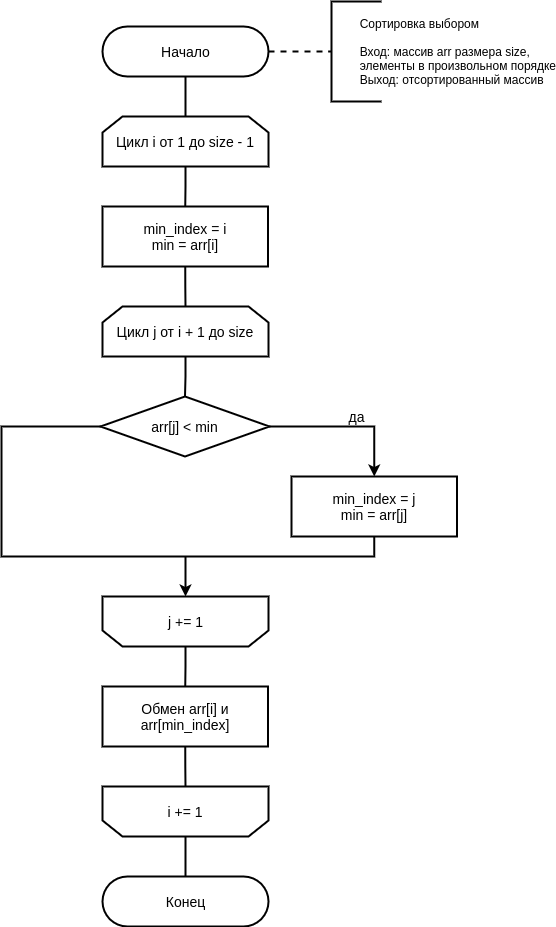
Before: lab_03/doc/tex/img/selection_sort.png, a diagram exported from draw.io (hamzreg/bmstu-aa). Source tidied: cells renumbered, new cells last; positions are measured from the earlier drawing's top-left corner, leaving out a move shared by most shapes. Its diagram source:
```xml
<mxGraphModel>
  <root>
    <mxCell id="0" />
    <mxCell id="1" parent="0" />
    <mxCell id="2" style="edgeStyle=orthogonalEdgeStyle;rounded=0;jettySize=auto;html=1;exitX=0.5;exitY=0.5;exitDx=0;exitDy=25;exitPerimeter=0;entryX=0.5;entryY=0;entryDx=0;entryDy=0;endArrow=none;endFill=0;strokeWidth=2;" parent="1" edge="1" source="4" target="6">
      <mxGeometry relative="1" as="geometry" />
    </mxCell>
    <mxCell id="3" style="edgeStyle=orthogonalEdgeStyle;rounded=0;jettySize=auto;html=1;exitX=1;exitY=0.5;exitDx=0;exitDy=0;exitPerimeter=0;entryX=0;entryY=0.5;entryDx=0;entryDy=0;entryPerimeter=0;endArrow=none;endFill=0;strokeWidth=2;dashed=1;" parent="1" edge="1" source="4" target="26">
      <mxGeometry relative="1" as="geometry" />
    </mxCell>
    <mxCell id="4" value="&lt;font style=&quot;font-size: 14px&quot;&gt;Начало&lt;/font&gt;" style="html=1;dashed=0;whitespace=wrap;shape=mxgraph.dfd.start;strokeWidth=2;" parent="1" vertex="1">
      <mxGeometry x="101" y="25" width="166" height="50" as="geometry" />
    </mxCell>
    <mxCell id="5" style="edgeStyle=orthogonalEdgeStyle;rounded=0;jettySize=auto;html=1;exitX=0.5;exitY=1;exitDx=0;exitDy=0;entryX=0.5;entryY=0;entryDx=0;entryDy=0;endArrow=none;endFill=0;strokeWidth=2;" parent="1" edge="1" source="6" target="9">
      <mxGeometry relative="1" as="geometry" />
    </mxCell>
    <mxCell id="6" value="&lt;font style=&quot;font-size: 14px&quot;&gt;Цикл i от 1 до size - 1&lt;/font&gt;" style="shape=loopLimit;whiteSpace=wrap;html=1;strokeWidth=2;" parent="1" vertex="1">
      <mxGeometry x="101" y="115" width="166" height="50" as="geometry" />
    </mxCell>
    <mxCell id="7" style="edgeStyle=orthogonalEdgeStyle;rounded=0;orthogonalLoop=1;jettySize=auto;html=1;exitX=0.5;exitY=1;exitDx=0;exitDy=0;" parent="1" edge="1" source="6" target="6">
      <mxGeometry relative="1" as="geometry" />
    </mxCell>
    <mxCell id="8" style="edgeStyle=orthogonalEdgeStyle;rounded=0;jettySize=auto;html=1;exitX=0.5;exitY=1;exitDx=0;exitDy=0;entryX=0.5;entryY=0;entryDx=0;entryDy=0;endArrow=none;endFill=0;strokeWidth=2;" parent="1" edge="1" source="9" target="13">
      <mxGeometry relative="1" as="geometry" />
    </mxCell>
    <mxCell id="9" value="&lt;font style=&quot;font-size: 14px&quot;&gt;min_index = i&lt;br&gt;min = arr[i]&lt;br&gt;&lt;/font&gt;" style="rounded=0;whiteSpace=wrap;html=1;strokeWidth=2;" parent="1" vertex="1">
      <mxGeometry x="101" y="205" width="165.5" height="60" as="geometry" />
    </mxCell>
    <mxCell id="10" style="edgeStyle=orthogonalEdgeStyle;rounded=0;jettySize=auto;html=1;exitX=1;exitY=0.5;exitDx=0;exitDy=0;entryX=0.5;entryY=0;entryDx=0;entryDy=0;endArrow=classic;endFill=1;strokeWidth=2;" parent="1" edge="1" source="11" target="15">
      <mxGeometry relative="1" as="geometry" />
    </mxCell>
    <mxCell id="11" value="&lt;font style=&quot;font-size: 14px&quot;&gt;arr[j] &amp;lt; min&lt;/font&gt;" style="rhombus;whiteSpace=wrap;html=1;strokeWidth=2;" parent="1" vertex="1">
      <mxGeometry x="99" y="395" width="169" height="60" as="geometry" />
    </mxCell>
    <mxCell id="12" style="edgeStyle=orthogonalEdgeStyle;rounded=0;jettySize=auto;html=1;exitX=0.5;exitY=1;exitDx=0;exitDy=0;entryX=0.5;entryY=0;entryDx=0;entryDy=0;endArrow=none;endFill=0;strokeWidth=2;" parent="1" edge="1" source="13" target="11">
      <mxGeometry relative="1" as="geometry" />
    </mxCell>
    <mxCell id="13" value="&lt;font style=&quot;font-size: 14px&quot;&gt;Цикл j от i + 1 до size&lt;/font&gt;" style="shape=loopLimit;whiteSpace=wrap;html=1;strokeWidth=2;" parent="1" vertex="1">
      <mxGeometry x="101" y="305" width="166" height="50" as="geometry" />
    </mxCell>
    <mxCell id="14" style="edgeStyle=orthogonalEdgeStyle;rounded=0;jettySize=auto;html=1;exitX=0.5;exitY=1;exitDx=0;exitDy=0;entryX=0;entryY=0.5;entryDx=0;entryDy=0;endArrow=none;endFill=0;strokeWidth=2;" parent="1" edge="1" source="15" target="11">
      <mxGeometry relative="1" as="geometry">
        <Array as="points">
          <mxPoint x="373" y="555" />
          <mxPoint y="555" />
          <mxPoint y="425" />
        </Array>
      </mxGeometry>
    </mxCell>
    <mxCell id="15" value="&lt;font style=&quot;font-size: 14px&quot;&gt;min_index = j&lt;br&gt;min = arr[j]&lt;br&gt;&lt;/font&gt;" style="rounded=0;whiteSpace=wrap;html=1;strokeWidth=2;" parent="1" vertex="1">
      <mxGeometry x="290" y="475" width="165.5" height="60" as="geometry" />
    </mxCell>
    <mxCell id="16" style="edgeStyle=orthogonalEdgeStyle;rounded=0;jettySize=auto;html=1;exitX=0.5;exitY=1;exitDx=0;exitDy=0;endArrow=classic;endFill=1;strokeWidth=2;entryX=0.5;entryY=1;entryDx=0;entryDy=0;" parent="1" edge="1" target="18">
      <mxGeometry relative="1" as="geometry">
        <mxPoint x="184" y="555" as="sourcePoint" />
      </mxGeometry>
    </mxCell>
    <mxCell id="17" style="edgeStyle=orthogonalEdgeStyle;rounded=0;jettySize=auto;html=1;exitX=0.5;exitY=0;exitDx=0;exitDy=0;entryX=0.5;entryY=0;entryDx=0;entryDy=0;endArrow=none;endFill=0;strokeWidth=2;" parent="1" edge="1" source="18" target="21">
      <mxGeometry relative="1" as="geometry" />
    </mxCell>
    <mxCell id="18" style="shape=loopLimit;whiteSpace=wrap;html=1;strokeWidth=2;direction=west;" parent="1" vertex="1">
      <mxGeometry x="101" y="595" width="166" height="50" as="geometry" />
    </mxCell>
    <mxCell id="19" value="&lt;font style=&quot;font-size: 14px&quot;&gt;j += 1&lt;/font&gt;" style="text;html=1;align=center;verticalAlign=middle;strokeColor=none;" parent="1" vertex="1">
      <mxGeometry x="159" y="610" width="50" height="20" as="geometry" />
    </mxCell>
    <mxCell id="20" style="edgeStyle=orthogonalEdgeStyle;rounded=0;jettySize=auto;html=1;exitX=0.5;exitY=1;exitDx=0;exitDy=0;entryX=0.5;entryY=1;entryDx=0;entryDy=0;endArrow=none;endFill=0;strokeWidth=2;" parent="1" edge="1" source="21" target="23">
      <mxGeometry relative="1" as="geometry" />
    </mxCell>
    <mxCell id="21" value="&lt;font style=&quot;font-size: 14px&quot;&gt;&lt;span&gt;Обмен arr[i] и arr[min_index]&lt;/span&gt;&lt;br&gt;&lt;/font&gt;" style="rounded=0;whiteSpace=wrap;html=1;strokeWidth=2;" parent="1" vertex="1">
      <mxGeometry x="101" y="685" width="165.5" height="60" as="geometry" />
    </mxCell>
    <mxCell id="22" style="edgeStyle=orthogonalEdgeStyle;rounded=0;jettySize=auto;html=1;exitX=0.5;exitY=0;exitDx=0;exitDy=0;entryX=0.5;entryY=0.5;entryDx=0;entryDy=-25;entryPerimeter=0;endArrow=none;endFill=0;strokeWidth=2;" parent="1" edge="1" source="23" target="24">
      <mxGeometry relative="1" as="geometry" />
    </mxCell>
    <mxCell id="23" value="&lt;font style=&quot;font-size: 14px&quot;&gt;i += 1&lt;/font&gt;" style="shape=loopLimit;whiteSpace=wrap;html=1;strokeWidth=2;direction=west;" parent="1" vertex="1">
      <mxGeometry x="101" y="785" width="166" height="50" as="geometry" />
    </mxCell>
    <mxCell id="24" value="&lt;font style=&quot;font-size: 14px&quot;&gt;Конец&lt;/font&gt;" style="html=1;dashed=0;whitespace=wrap;shape=mxgraph.dfd.start;strokeWidth=2;" parent="1" vertex="1">
      <mxGeometry x="101" y="875" width="166" height="50" as="geometry" />
    </mxCell>
    <mxCell id="25" value="&lt;font style=&quot;font-size: 14px&quot;&gt;да&lt;/font&gt;" style="text;html=1;align=center;verticalAlign=middle;strokeColor=none;" parent="1" vertex="1">
      <mxGeometry x="340" y="405" width="30" height="20" as="geometry" />
    </mxCell>
    <mxCell id="26" value="&lt;div&gt;&lt;span&gt;&lt;span style=&quot;white-space: pre&quot;&gt;&#9;&lt;/span&gt;Сортировка выбором&lt;/span&gt;&lt;/div&gt;&lt;div&gt;&lt;span&gt;&lt;br&gt;&lt;/span&gt;&lt;/div&gt;&lt;span style=&quot;white-space: pre&quot;&gt;&#9;&lt;/span&gt;Вход: массив arr размера size,&lt;br&gt;&amp;nbsp;&lt;span style=&quot;white-space: pre&quot;&gt;&#9;&lt;/span&gt;элементы в произвольном порядке&lt;br&gt;&lt;span style=&quot;white-space: pre&quot;&gt;&#9;&lt;/span&gt;Выход: отсортированный массив" style="strokeWidth=2;html=1;shape=mxgraph.flowchart.annotation_1;align=left;" parent="1" vertex="1">
      <mxGeometry x="330" width="50" height="100" as="geometry" />
    </mxCell>
  </root>
</mxGraphModel>
```
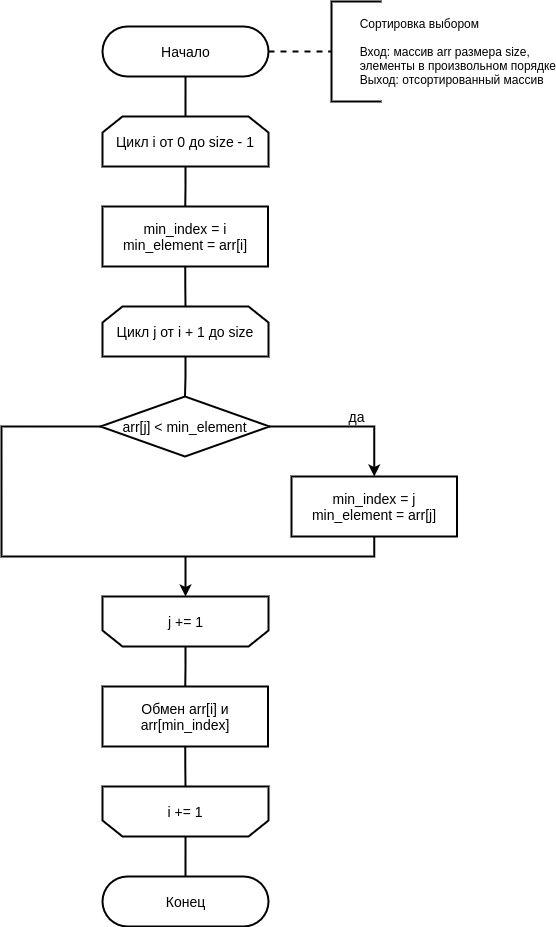
Later version of the same file.

What changed in the source:
```diff
@@ -14,7 +14,7 @@
     <mxCell id="5" style="edgeStyle=orthogonalEdgeStyle;rounded=0;jettySize=auto;html=1;exitX=0.5;exitY=1;exitDx=0;exitDy=0;entryX=0.5;entryY=0;entryDx=0;entryDy=0;endArrow=none;endFill=0;strokeWidth=2;" parent="1" edge="1" source="6" target="9">
       <mxGeometry relative="1" as="geometry" />
     </mxCell>
-    <mxCell id="6" value="&lt;font style=&quot;font-size: 14px&quot;&gt;Цикл i от 1 до size - 1&lt;/font&gt;" style="shape=loopLimit;whiteSpace=wrap;html=1;strokeWidth=2;" parent="1" vertex="1">
+    <mxCell id="6" value="&lt;font style=&quot;font-size: 14px&quot;&gt;Цикл i от 0 до size - 1&lt;/font&gt;" style="shape=loopLimit;whiteSpace=wrap;html=1;strokeWidth=2;" parent="1" vertex="1">
       <mxGeometry x="101" y="115" width="166" height="50" as="geometry" />
     </mxCell>
     <mxCell id="7" style="edgeStyle=orthogonalEdgeStyle;rounded=0;orthogonalLoop=1;jettySize=auto;html=1;exitX=0.5;exitY=1;exitDx=0;exitDy=0;" parent="1" edge="1" source="6" target="6">
@@ -23,13 +23,13 @@
     <mxCell id="8" style="edgeStyle=orthogonalEdgeStyle;rounded=0;jettySize=auto;html=1;exitX=0.5;exitY=1;exitDx=0;exitDy=0;entryX=0.5;entryY=0;entryDx=0;entryDy=0;endArrow=none;endFill=0;strokeWidth=2;" parent="1" edge="1" source="9" target="13">
       <mxGeometry relative="1" as="geometry" />
     </mxCell>
-    <mxCell id="9" value="&lt;font style=&quot;font-size: 14px&quot;&gt;min_index = i&lt;br&gt;min = arr[i]&lt;br&gt;&lt;/font&gt;" style="rounded=0;whiteSpace=wrap;html=1;strokeWidth=2;" parent="1" vertex="1">
+    <mxCell id="9" value="&lt;font style=&quot;font-size: 14px&quot;&gt;min_index = i&lt;br&gt;min_element = arr[i]&lt;br&gt;&lt;/font&gt;" style="rounded=0;whiteSpace=wrap;html=1;strokeWidth=2;" parent="1" vertex="1">
       <mxGeometry x="101" y="205" width="165.5" height="60" as="geometry" />
     </mxCell>
     <mxCell id="10" style="edgeStyle=orthogonalEdgeStyle;rounded=0;jettySize=auto;html=1;exitX=1;exitY=0.5;exitDx=0;exitDy=0;entryX=0.5;entryY=0;entryDx=0;entryDy=0;endArrow=classic;endFill=1;strokeWidth=2;" parent="1" edge="1" source="11" target="15">
       <mxGeometry relative="1" as="geometry" />
     </mxCell>
-    <mxCell id="11" value="&lt;font style=&quot;font-size: 14px&quot;&gt;arr[j] &amp;lt; min&lt;/font&gt;" style="rhombus;whiteSpace=wrap;html=1;strokeWidth=2;" parent="1" vertex="1">
+    <mxCell id="11" value="&lt;font style=&quot;font-size: 14px&quot;&gt;arr[j] &amp;lt; min_element&lt;/font&gt;" style="rhombus;whiteSpace=wrap;html=1;strokeWidth=2;" parent="1" vertex="1">
       <mxGeometry x="99" y="395" width="169" height="60" as="geometry" />
     </mxCell>
     <mxCell id="12" style="edgeStyle=orthogonalEdgeStyle;rounded=0;jettySize=auto;html=1;exitX=0.5;exitY=1;exitDx=0;exitDy=0;entryX=0.5;entryY=0;entryDx=0;entryDy=0;endArrow=none;endFill=0;strokeWidth=2;" parent="1" edge="1" source="13" target="11">
@@ -47,7 +47,7 @@
         </Array>
       </mxGeometry>
     </mxCell>
-    <mxCell id="15" value="&lt;font style=&quot;font-size: 14px&quot;&gt;min_index = j&lt;br&gt;min = arr[j]&lt;br&gt;&lt;/font&gt;" style="rounded=0;whiteSpace=wrap;html=1;strokeWidth=2;" parent="1" vertex="1">
+    <mxCell id="15" value="&lt;font style=&quot;font-size: 14px&quot;&gt;min_index = j&lt;br&gt;min_element = arr[j]&lt;br&gt;&lt;/font&gt;" style="rounded=0;whiteSpace=wrap;html=1;strokeWidth=2;" parent="1" vertex="1">
       <mxGeometry x="290" y="475" width="165.5" height="60" as="geometry" />
     </mxCell>
     <mxCell id="16" style="edgeStyle=orthogonalEdgeStyle;rounded=0;jettySize=auto;html=1;exitX=0.5;exitY=1;exitDx=0;exitDy=0;endArrow=classic;endFill=1;strokeWidth=2;entryX=0.5;entryY=1;entryDx=0;entryDy=0;" parent="1" edge="1" target="18">
```
